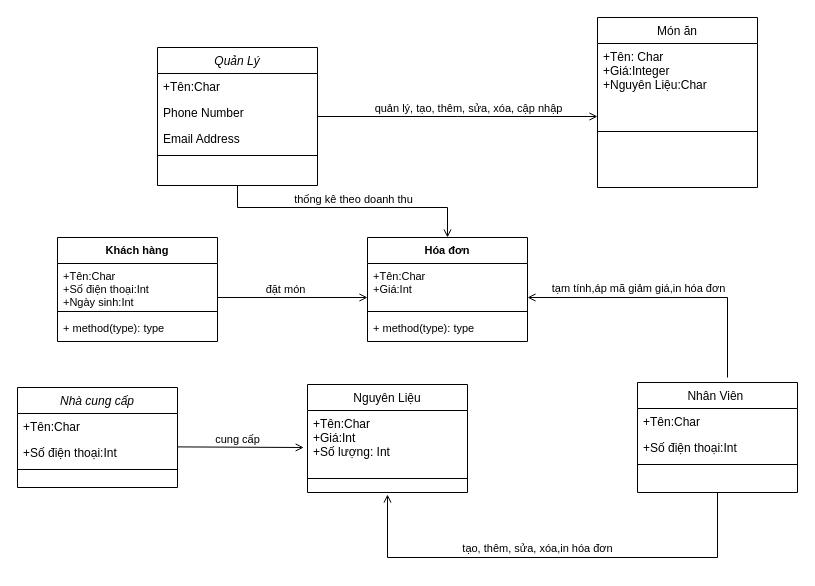
Before: Untitled Diagram.drawio in ducvo177/Calculator, a draw.io diagram. Source tidied: cells renumbered, new cells numbered last; positions are measured from the earlier drawing's top-left corner, leaving out a move shared by most shapes. Both pictures are drawn from the tidied source at 100%, with x=0, y=0 at pixel (17, 17).
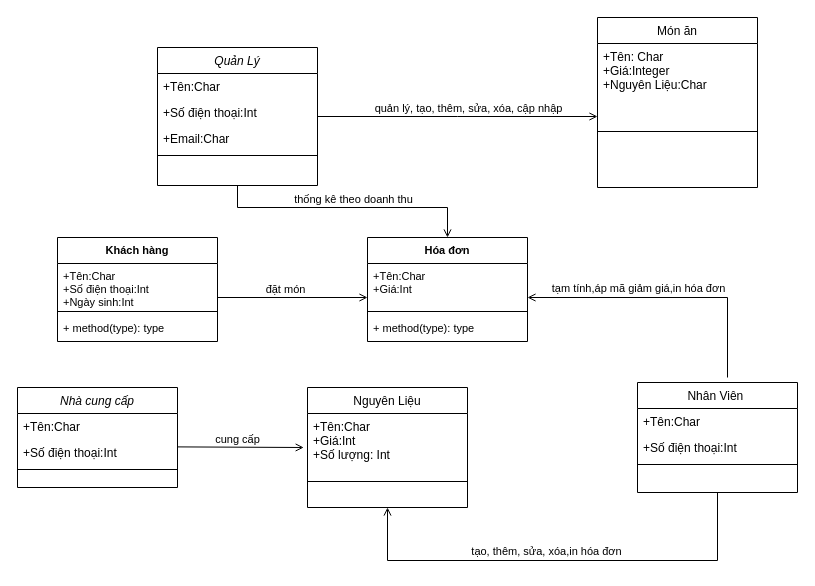
The same page after the edit.

Unchanged cells that the change refers to:
```xml
<mxCell id="2" value="Quản Lý" style="swimlane;fontStyle=2;align=center;verticalAlign=top;horizontal=1;startSize=26;rounded=0;shadow=0;strokeWidth=1;" parent="1" vertex="1">
  <mxGeometry x="140" y="30" width="160" height="138" as="geometry" />
</mxCell>
<mxCell id="7" value="Nhân Viên &#10;" style="swimlane;fontStyle=0;align=center;verticalAlign=top;horizontal=1;startSize=26;rounded=0;shadow=0;strokeWidth=1;" parent="1" vertex="1">
  <mxGeometry x="620" y="365" width="160" height="110" as="geometry" />
</mxCell>
```

Change to the diagram source:
```diff
@@
-    <mxCell id="4" value="Phone Number" style="text;align=left;verticalAlign=top;spacingLeft=4;spacingRight=4;overflow=hidden;rounded=0;shadow=0;html=0;" parent="2" vertex="1">
+    <mxCell id="4" value="+Số điện thoại:Int" style="text;align=left;verticalAlign=top;spacingLeft=4;spacingRight=4;overflow=hidden;rounded=0;shadow=0;html=0;" parent="2" vertex="1">
       <mxGeometry y="52" width="160" height="26" as="geometry" />
     </mxCell>
-    <mxCell id="5" value="Email Address" style="text;align=left;verticalAlign=top;spacingLeft=4;spacingRight=4;overflow=hidden;rounded=0;shadow=0;html=0;" parent="2" vertex="1">
+    <mxCell id="5" value="+Email:Char" style="text;align=left;verticalAlign=top;spacingLeft=4;spacingRight=4;overflow=hidden;rounded=0;shadow=0;html=0;" parent="2" vertex="1">
       <mxGeometry y="78" width="160" height="26" as="geometry" />
     </mxCell>
@@
     <mxCell id="11" value="Nguyên Liệu" style="swimlane;fontStyle=0;align=center;verticalAlign=top;horizontal=1;startSize=26;rounded=0;shadow=0;strokeWidth=1;" parent="1" vertex="1">
-      <mxGeometry x="290" y="367" width="160" height="108" as="geometry" />
+      <mxGeometry x="290" y="370" width="160" height="120" as="geometry" />
     </mxCell>
@@
     <mxCell id="14" style="endArrow=open;shadow=0;strokeWidth=1;rounded=0;endFill=1;edgeStyle=elbowEdgeStyle;elbow=vertical;exitX=0.5;exitY=1;exitDx=0;exitDy=0;" parent="11" edge="1" source="7">
       <mxGeometry x="0.5" y="41" relative="1" as="geometry">
-        <mxPoint x="80" y="110" as="targetPoint" />
+        <mxPoint x="80" y="120" as="targetPoint" />
         <Array as="points">
           <mxPoint x="260" y="173" />
         </Array>
         <mxPoint x="-40" y="32" as="offset" />
       </mxGeometry>
     </mxCell>
```
